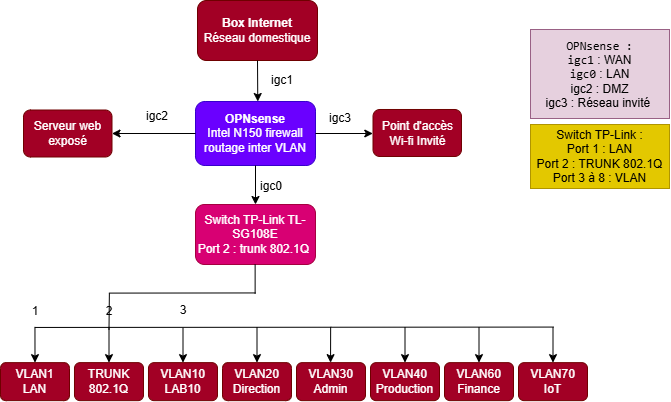
Earlier version of the draw.io export Schéma Lab perso.drawio.png (lilianP-57/laboratoire-personnel-s-curit--r-seau). Source tidied: cells renumbered, new cells last; positions are measured from the earlier drawing's top-left corner, leaving out a move shared by most shapes.
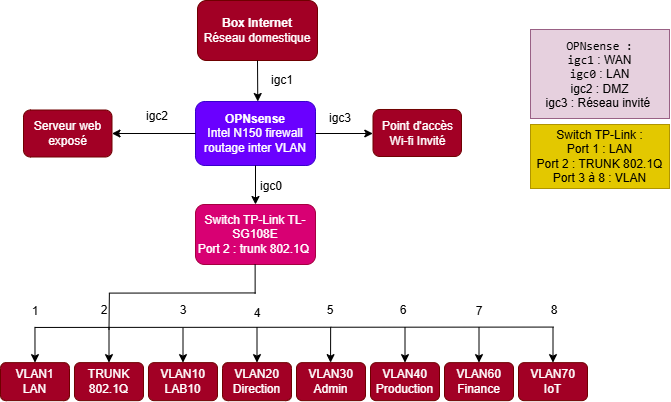
The same file after the commit.

Commit message:
Mettre à jour Schéma Lab perso.drawio.png

The edit, as a diff of the source:
```diff
@@ -120,7 +120,7 @@
       <mxGeometry x="4.5" y="296" width="60" height="30" as="geometry" />
     </mxCell>
     <mxCell id="34" value="2" style="text;html=1;whiteSpace=wrap;strokeColor=none;fillColor=none;align=center;verticalAlign=middle;rounded=0;" parent="1" vertex="1">
-      <mxGeometry x="78.5" y="296" width="60" height="30" as="geometry" />
+      <mxGeometry x="74" y="295" width="60" height="30" as="geometry" />
     </mxCell>
     <mxCell id="35" value="3" style="text;html=1;whiteSpace=wrap;strokeColor=none;fillColor=none;align=center;verticalAlign=middle;rounded=0;" parent="1" vertex="1">
       <mxGeometry x="153" y="295" width="60" height="30" as="geometry" />
@@ -145,5 +145,20 @@
         <mxPoint x="108.5" y="329" as="targetPoint" />
       </mxGeometry>
     </mxCell>
+    <mxCell id="40" value="4" style="text;html=1;whiteSpace=wrap;strokeColor=none;fillColor=none;align=center;verticalAlign=middle;rounded=0;" parent="1" vertex="1">
+      <mxGeometry x="226.5" y="298" width="60" height="30" as="geometry" />
+    </mxCell>
+    <mxCell id="41" value="5" style="text;html=1;whiteSpace=wrap;strokeColor=none;fillColor=none;align=center;verticalAlign=middle;rounded=0;" parent="1" vertex="1">
+      <mxGeometry x="300" y="295" width="60" height="30" as="geometry" />
+    </mxCell>
+    <mxCell id="42" value="6" style="text;html=1;whiteSpace=wrap;strokeColor=none;fillColor=none;align=center;verticalAlign=middle;rounded=0;" parent="1" vertex="1">
+      <mxGeometry x="373" y="295" width="60" height="30" as="geometry" />
+    </mxCell>
+    <mxCell id="43" value="7" style="text;html=1;whiteSpace=wrap;strokeColor=none;fillColor=none;align=center;verticalAlign=middle;rounded=0;" parent="1" vertex="1">
+      <mxGeometry x="448.5" y="296" width="60" height="30" as="geometry" />
+    </mxCell>
+    <mxCell id="44" value="8" style="text;html=1;whiteSpace=wrap;strokeColor=none;fillColor=none;align=center;verticalAlign=middle;rounded=0;" parent="1" vertex="1">
+      <mxGeometry x="524" y="295" width="60" height="30" as="geometry" />
+    </mxCell>
   </root>
 </mxGraphModel>
```
